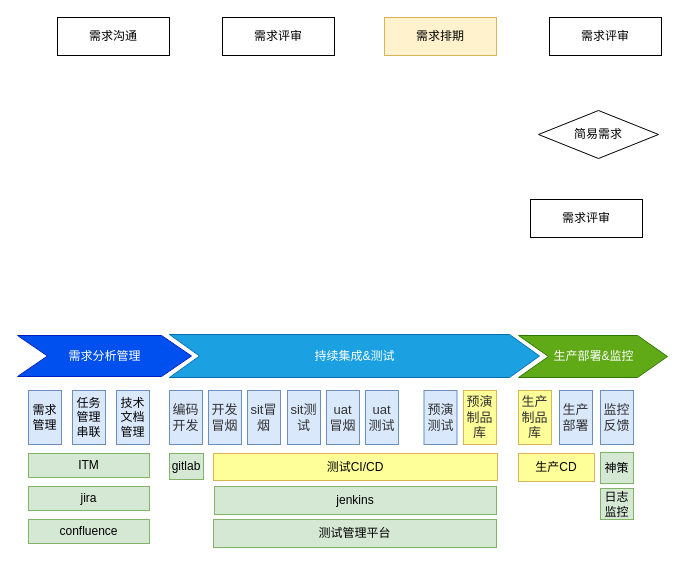
Above: src/Untitled Diagram.drawio in qqstt/diagram (draw.io), before the change. Source tidied: cells renumbered, new cells numbered last; positions are measured from the earlier drawing's top-left corner, leaving out a move shared by most shapes. Both pictures are drawn from the tidied source at 100%, with x=0, y=0 at pixel (17, 17).
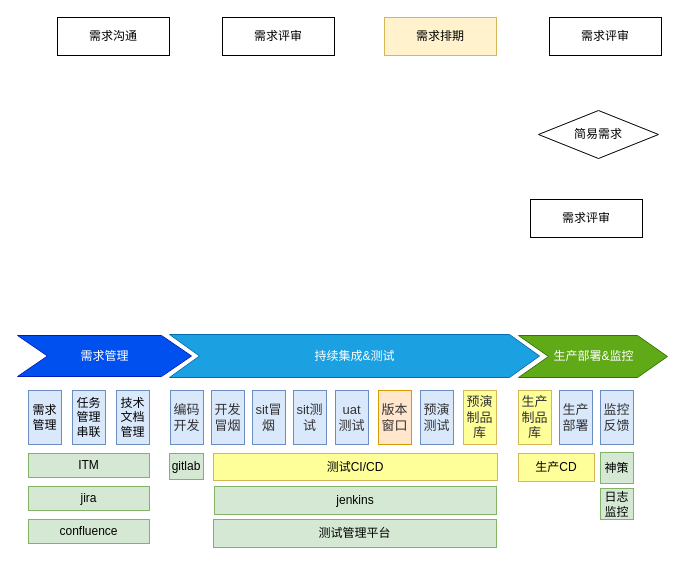
The same diagram, later.

Change to the diagram source:
```diff
@@
-    <mxCell id="9" value="需求分析管理" style="html=1;shadow=0;dashed=0;align=center;verticalAlign=middle;shape=mxgraph.arrows2.arrow;dy=0;dx=30;notch=30;fillColor=#0050ef;strokeColor=#001DBC;fontColor=#ffffff;" parent="1" vertex="1">
+    <mxCell id="9" value="需求管理" style="html=1;shadow=0;dashed=0;align=center;verticalAlign=middle;shape=mxgraph.arrows2.arrow;dy=0;dx=30;notch=30;fillColor=#0050ef;strokeColor=#001DBC;fontColor=#ffffff;" parent="1" vertex="1">
       <mxGeometry y="318" width="174" height="41" as="geometry" />
     </mxCell>
@@
     <mxCell id="17" value="&lt;span style=&quot;color: rgb(50 , 50 , 50) ; font-size: 13px ; background-color: rgba(255 , 255 , 255 , 0.01)&quot;&gt;编码开发&lt;/span&gt;" style="rounded=0;whiteSpace=wrap;html=1;fillColor=#dae8fc;strokeColor=#6c8ebf;" parent="1" vertex="1">
-      <mxGeometry x="152" y="373" width="33" height="54" as="geometry" />
+      <mxGeometry x="153" y="373" width="33" height="54" as="geometry" />
     </mxCell>
     <mxCell id="18" value="&lt;span style=&quot;color: rgb(50 , 50 , 50) ; font-size: 13px ; background-color: rgba(255 , 255 , 255 , 0.01)&quot;&gt;开发冒烟&lt;/span&gt;" style="rounded=0;whiteSpace=wrap;html=1;fillColor=#dae8fc;strokeColor=#6c8ebf;" parent="1" vertex="1">
-      <mxGeometry x="191" y="373" width="33" height="54" as="geometry" />
+      <mxGeometry x="194" y="373" width="33" height="54" as="geometry" />
     </mxCell>
     <mxCell id="19" value="&lt;span style=&quot;color: rgb(50 , 50 , 50) ; font-size: 13px ; background-color: rgba(255 , 255 , 255 , 0.01)&quot;&gt;sit冒烟&lt;/span&gt;" style="rounded=0;whiteSpace=wrap;html=1;fillColor=#dae8fc;strokeColor=#6c8ebf;" parent="1" vertex="1">
-      <mxGeometry x="230" y="373" width="33" height="54" as="geometry" />
+      <mxGeometry x="235" y="373" width="33" height="54" as="geometry" />
     </mxCell>
     <mxCell id="20" value="&lt;span style=&quot;color: rgb(50 , 50 , 50) ; font-size: 13px ; background-color: rgba(255 , 255 , 255 , 0.01)&quot;&gt;sit测试&lt;/span&gt;" style="rounded=0;whiteSpace=wrap;html=1;fillColor=#dae8fc;strokeColor=#6c8ebf;" parent="1" vertex="1">
-      <mxGeometry x="270" y="373" width="33" height="54" as="geometry" />
+      <mxGeometry x="276" y="373" width="33" height="54" as="geometry" />
     </mxCell>
-    <mxCell id="21" value="&lt;span style=&quot;color: rgb(50 , 50 , 50) ; font-size: 13px ; background-color: rgba(255 , 255 , 255 , 0.01)&quot;&gt;uat冒烟&lt;br&gt;&lt;/span&gt;" style="rounded=0;whiteSpace=wrap;html=1;fillColor=#dae8fc;strokeColor=#6c8ebf;" parent="1" vertex="1">
-      <mxGeometry x="309" y="373" width="33" height="54" as="geometry" />
-    </mxCell>
     <mxCell id="22" value="&lt;span style=&quot;color: rgb(50 , 50 , 50) ; font-size: 13px ; background-color: rgba(255 , 255 , 255 , 0.01)&quot;&gt;uat测试&lt;/span&gt;" style="rounded=0;whiteSpace=wrap;html=1;fillColor=#dae8fc;strokeColor=#6c8ebf;" parent="1" vertex="1">
-      <mxGeometry x="348" y="373" width="33" height="54" as="geometry" />
+      <mxGeometry x="318" y="373" width="33" height="54" as="geometry" />
     </mxCell>
     <mxCell id="23" value="&lt;font color=&quot;#323232&quot;&gt;&lt;span style=&quot;font-size: 13px ; background-color: rgba(255 , 255 , 255 , 0.01)&quot;&gt;预演测试&lt;/span&gt;&lt;/font&gt;" style="rounded=0;whiteSpace=wrap;html=1;fillColor=#dae8fc;strokeColor=#6c8ebf;" parent="1" vertex="1">
-      <mxGeometry x="406.5" y="373" width="33" height="54" as="geometry" />
+      <mxGeometry x="403" y="373" width="33" height="54" as="geometry" />
     </mxCell>
@@
+    <mxCell id="35" value="&lt;font color=&quot;#323232&quot;&gt;&lt;span style=&quot;font-size: 13px ; background-color: rgba(255 , 255 , 255 , 0.01)&quot;&gt;版本窗口&lt;/span&gt;&lt;/font&gt;" style="rounded=0;whiteSpace=wrap;html=1;fillColor=#ffe6cc;strokeColor=#d79b00;" parent="1" vertex="1">
+      <mxGeometry x="361" y="373" width="33" height="54" as="geometry" />
+    </mxCell>
```
